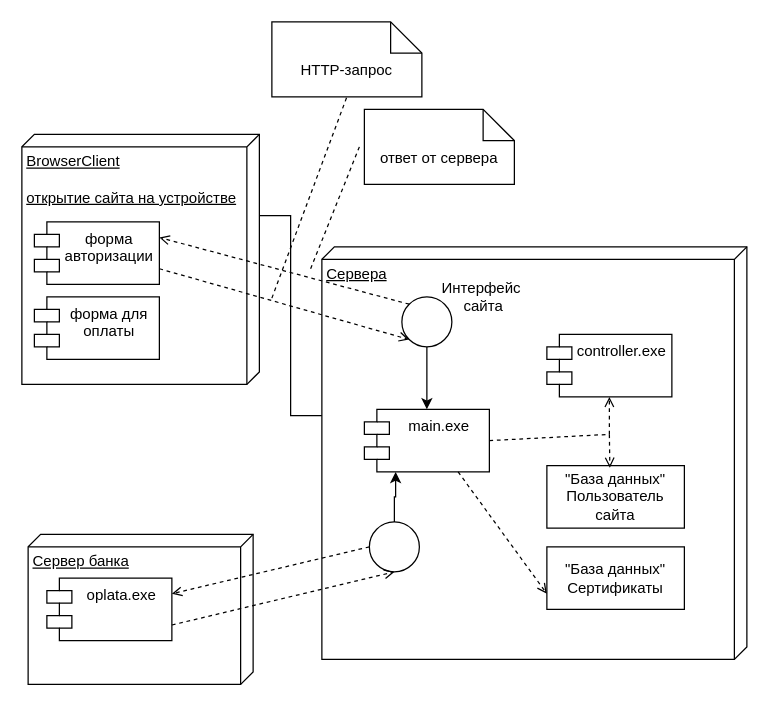
The draw.io diagram Диаграмма7_2_акмс.drawio in danaddi/draw.io, before the edit. Source tidied: cells renumbered, new cells numbered last; positions are measured from the earlier drawing's top-left corner, leaving out a move shared by most shapes. Both pictures are drawn from the tidied source at 125%, with x=0, y=0 at pixel (21, 21).
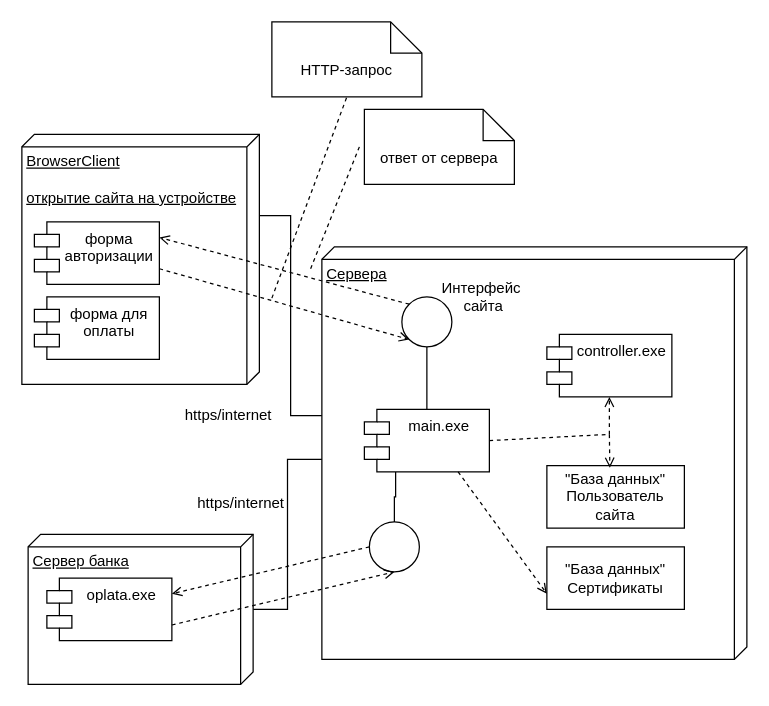
After the change.

Unchanged cells that the change refers to:
```xml
<mxCell id="2" value="Сервера" style="verticalAlign=top;align=left;spacingTop=8;spacingLeft=2;spacingRight=12;shape=cube;size=10;direction=south;fontStyle=4;html=1;whiteSpace=wrap;" parent="1" vertex="1">
  <mxGeometry x="240" y="180" width="340" height="330" as="geometry" />
</mxCell>
<mxCell id="7" style="ellipse;whiteSpace=wrap;html=1;" parent="1" vertex="1">
  <mxGeometry x="304" y="220" width="40" height="40" as="geometry" />
</mxCell>
<mxCell id="10" value="main.exe" style="shape=module;align=left;spacingLeft=20;align=center;verticalAlign=top;whiteSpace=wrap;html=1;" parent="1" vertex="1">
  <mxGeometry x="274" y="310" width="100" height="50" as="geometry" />
</mxCell>
<mxCell id="16" value="Сервер банка" style="verticalAlign=top;align=left;spacingTop=8;spacingLeft=2;spacingRight=12;shape=cube;size=10;direction=south;fontStyle=4;html=1;whiteSpace=wrap;" parent="1" vertex="1">
  <mxGeometry x="5" y="410" width="180" height="120" as="geometry" />
</mxCell>
<mxCell id="19" style="ellipse;whiteSpace=wrap;html=1;" parent="1" vertex="1">
  <mxGeometry x="278" y="400" width="40" height="40" as="geometry" />
</mxCell>
```

Diff of the diagram source:
```diff
@@
-    <mxCell id="6" style="edgeStyle=orthogonalEdgeStyle;rounded=0;jettySize=auto;html=1;exitX=0.5;exitY=1;exitDx=0;exitDy=0;" parent="1" edge="1" source="7" target="10">
+    <mxCell id="6" style="edgeStyle=orthogonalEdgeStyle;rounded=0;jettySize=auto;html=1;exitX=0.5;exitY=1;exitDx=0;exitDy=0;endArrow=none;startFill=0;" parent="1" edge="1" source="7" target="10">
       <mxGeometry relative="1" as="geometry" />
     </mxCell>
@@
+    <mxCell id="30" style="edgeStyle=orthogonalEdgeStyle;rounded=0;jettySize=auto;html=1;entryX=0;entryY=0;entryDx=170;entryDy=340;entryPerimeter=0;endArrow=none;startFill=0;" parent="1" edge="1" source="16" target="2">
+      <mxGeometry relative="1" as="geometry" />
+    </mxCell>
@@
-    <mxCell id="18" style="edgeStyle=orthogonalEdgeStyle;rounded=0;jettySize=auto;html=1;entryX=0.25;entryY=1;entryDx=0;entryDy=0;" parent="1" edge="1" source="19" target="10">
+    <mxCell id="18" style="edgeStyle=orthogonalEdgeStyle;rounded=0;jettySize=auto;html=1;entryX=0.25;entryY=1;entryDx=0;entryDy=0;endArrow=none;startFill=0;" parent="1" edge="1" source="19" target="10">
       <mxGeometry relative="1" as="geometry" />
     </mxCell>
@@
+    <mxCell id="31" value="https/internet" style="text;html=1;align=center;verticalAlign=middle;strokeColor=none;fillColor=none;" parent="1" vertex="1">
+      <mxGeometry x="120" y="300" width="90" height="30" as="geometry" />
+    </mxCell>
+    <mxCell id="32" value="https/internet" style="text;html=1;align=center;verticalAlign=middle;strokeColor=none;fillColor=none;" parent="1" vertex="1">
+      <mxGeometry x="130" y="370" width="90" height="30" as="geometry" />
+    </mxCell>
```
